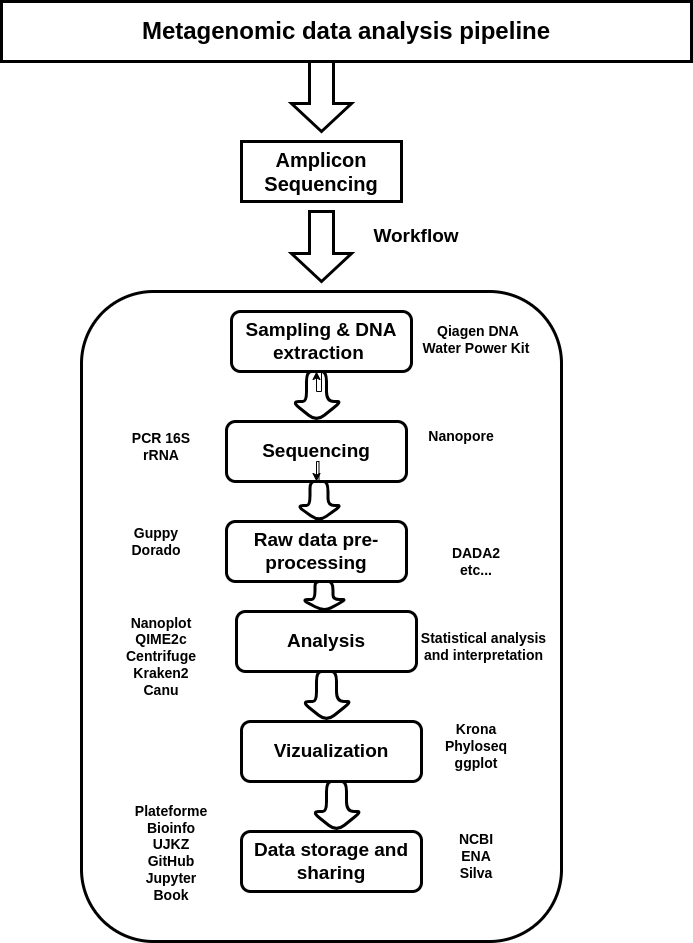
This is pipeline_metagenomic_projet/PM_Jan.drawio.png from Faizatou/Metagenomic_project_BF, a draw.io export, as it was before one commit. Source tidied: cells renumbered, new cells last; positions are measured from the earlier drawing's top-left corner, leaving out a move shared by most shapes.
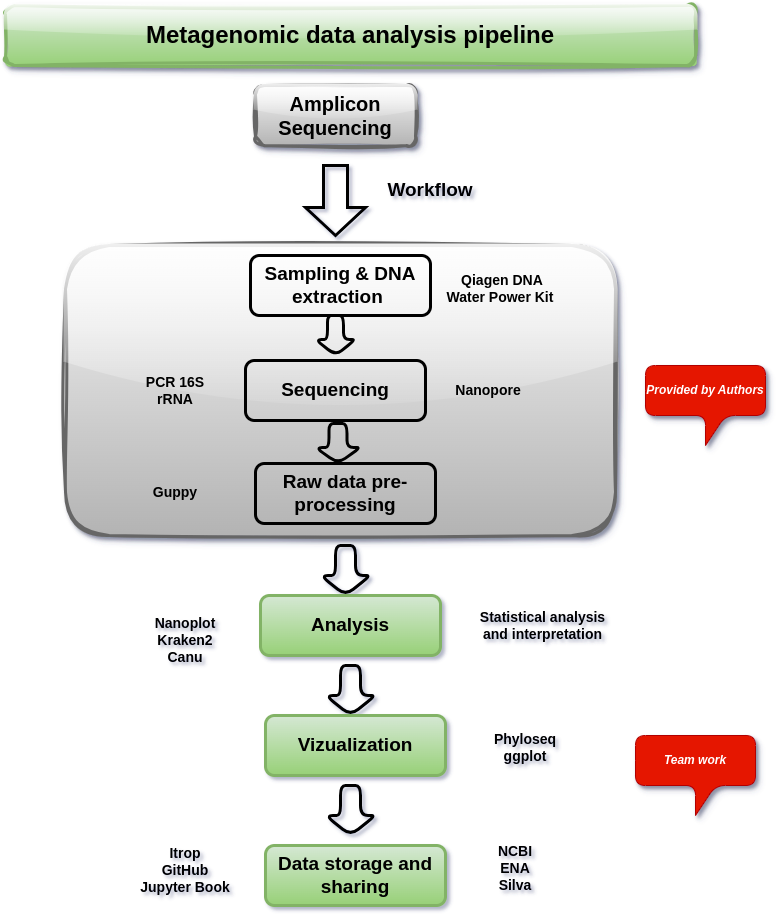
After the change.

The edit, as a diff of the source:
```diff
@@ -1,93 +1,87 @@
-<mxGraphModel background="#ffffff">
+<mxGraphModel background="#ffffff" shadow="1">
   <root>
     <mxCell id="0" />
     <mxCell id="1" parent="0" />
-    <mxCell id="2" value="&lt;font size=&quot;1&quot; color=&quot;#000000&quot;&gt;&lt;b style=&quot;font-size: 24px;&quot;&gt;Metagenomic data analysis pipeline&lt;/b&gt;&lt;/font&gt;" style="rounded=0;whiteSpace=wrap;html=1;fillColor=none;strokeColor=#000000;strokeWidth=3;" parent="1" vertex="1">
+    <mxCell id="2" value="&lt;font size=&quot;1&quot; color=&quot;#000000&quot;&gt;&lt;b style=&quot;font-size: 24px;&quot;&gt;Metagenomic data analysis pipeline&lt;/b&gt;&lt;/font&gt;" style="rounded=1;whiteSpace=wrap;html=1;strokeWidth=3;sketch=1;curveFitting=1;jiggle=2;shadow=1;glass=1;fillColor=#d5e8d4;gradientColor=#97d077;strokeColor=#82b366;" parent="1" vertex="1">
       <mxGeometry width="690" height="60" as="geometry" />
     </mxCell>
-    <mxCell id="3" style="shape=singleArrow;whiteSpace=wrap;html=1;arrowWidth=0.4;arrowSize=0.4;fillColor=none;strokeColor=#000000;rounded=0;strokeWidth=3;direction=south;" parent="1" vertex="1">
-      <mxGeometry x="290" y="60" width="60" height="70" as="geometry" />
-    </mxCell>
-    <mxCell id="4" value="&lt;font size=&quot;1&quot; style=&quot;&quot; color=&quot;#000000&quot;&gt;&lt;b style=&quot;font-size: 20px;&quot;&gt;Amplicon Sequencing&lt;/b&gt;&lt;/font&gt;" style="rounded=0;whiteSpace=wrap;html=1;fillColor=none;strokeColor=#000000;strokeWidth=3;" parent="1" vertex="1">
-      <mxGeometry x="240" y="140" width="160" height="60" as="geometry" />
+    <mxCell id="4" value="&lt;font size=&quot;1&quot; style=&quot;&quot; color=&quot;#000000&quot;&gt;&lt;b style=&quot;font-size: 20px;&quot;&gt;Amplicon Sequencing&lt;/b&gt;&lt;/font&gt;" style="rounded=1;whiteSpace=wrap;html=1;fillColor=#f5f5f5;strokeColor=#666666;strokeWidth=3;sketch=1;curveFitting=1;jiggle=2;glass=1;shadow=1;gradientColor=#b3b3b3;" parent="1" vertex="1">
+      <mxGeometry x="250" y="80" width="160" height="60" as="geometry" />
     </mxCell>
     <mxCell id="5" style="shape=singleArrow;whiteSpace=wrap;html=1;arrowWidth=0.4;arrowSize=0.4;fillColor=none;strokeColor=#000000;rounded=0;strokeWidth=3;direction=south;" parent="1" vertex="1">
-      <mxGeometry x="290" y="210" width="60" height="70" as="geometry" />
+      <mxGeometry x="300" y="160" width="60" height="70" as="geometry" />
     </mxCell>
     <mxCell id="6" value="&lt;font style=&quot;font-size: 19px;&quot; color=&quot;#000000&quot;&gt;&lt;b&gt;Workflow&lt;/b&gt;&lt;/font&gt;" style="text;html=1;align=center;verticalAlign=middle;whiteSpace=wrap;rounded=0;" parent="1" vertex="1">
-      <mxGeometry x="360" y="220" width="110" height="30" as="geometry" />
+      <mxGeometry x="370" y="170" width="110" height="30" as="geometry" />
     </mxCell>
-    <mxCell id="7" style="rounded=1;whiteSpace=wrap;html=1;fillColor=none;strokeColor=#000000;strokeWidth=3;" parent="1" vertex="1">
-      <mxGeometry x="80" y="290" width="480" height="650" as="geometry" />
+    <mxCell id="7" style="rounded=1;whiteSpace=wrap;html=1;fillColor=#f5f5f5;strokeColor=#666666;strokeWidth=3;gradientColor=#b3b3b3;sketch=1;curveFitting=1;jiggle=2;glass=1;shadow=1;" parent="1" vertex="1">
+      <mxGeometry x="60" y="240" width="550" height="290" as="geometry" />
     </mxCell>
-    <mxCell id="8" style="edgeStyle=orthogonalEdgeStyle;rounded=0;jettySize=auto;html=1;" parent="1" edge="1" source="9" target="10">
-      <mxGeometry relative="1" as="geometry" />
-    </mxCell>
     <mxCell id="9" value="&lt;font style=&quot;font-size: 19px;&quot; color=&quot;#000000&quot;&gt;&lt;b&gt;Sampling &amp;amp; DNA extraction&amp;nbsp;&lt;/b&gt;&lt;/font&gt;" style="rounded=1;whiteSpace=wrap;html=1;fillColor=none;strokeColor=#000000;strokeWidth=3;" parent="1" vertex="1">
-      <mxGeometry x="230" y="310" width="180" height="60" as="geometry" />
+      <mxGeometry x="245" y="250" width="180" height="60" as="geometry" />
     </mxCell>
-    <mxCell id="10" style="shape=singleArrow;whiteSpace=wrap;html=1;arrowWidth=0.4;arrowSize=0.4;fillColor=none;strokeColor=#000000;rounded=1;strokeWidth=3;direction=south;" parent="1" vertex="1">
-      <mxGeometry x="290" y="370" width="50" height="50" as="geometry" />
-    </mxCell>
     <mxCell id="11" value="&lt;font color=&quot;#000000&quot;&gt;&lt;span style=&quot;font-size: 19px;&quot;&gt;&lt;b&gt;Sequencing&lt;/b&gt;&lt;/span&gt;&lt;/font&gt;" style="rounded=1;whiteSpace=wrap;html=1;fillColor=none;strokeColor=#000000;strokeWidth=3;" parent="1" vertex="1">
-      <mxGeometry x="225" y="420" width="180" height="60" as="geometry" />
+      <mxGeometry x="240" y="355" width="180" height="60" as="geometry" />
     </mxCell>
-    <mxCell id="12" style="edgeStyle=orthogonalEdgeStyle;rounded=0;jettySize=auto;html=1;" parent="1" edge="1" source="13" target="11">
-      <mxGeometry relative="1" as="geometry" />
-    </mxCell>
     <mxCell id="13" style="shape=singleArrow;whiteSpace=wrap;html=1;arrowWidth=0.4;arrowSize=0.4;fillColor=none;strokeColor=#000000;rounded=1;strokeWidth=3;direction=south;" parent="1" vertex="1">
-      <mxGeometry x="295" y="480" width="45" height="40" as="geometry" />
+      <mxGeometry x="310" y="418" width="45" height="40" as="geometry" />
     </mxCell>
-    <mxCell id="14" value="&lt;font style=&quot;font-size: 19px;&quot; color=&quot;#000000&quot;&gt;&lt;b&gt;Analysis&lt;/b&gt;&lt;/font&gt;" style="rounded=1;whiteSpace=wrap;html=1;fillColor=none;strokeColor=#000000;strokeWidth=3;" parent="1" vertex="1">
-      <mxGeometry x="235" y="610" width="180" height="60" as="geometry" />
+    <mxCell id="14" value="&lt;font style=&quot;font-size: 19px;&quot; color=&quot;#000000&quot;&gt;&lt;b&gt;Analysis&lt;/b&gt;&lt;/font&gt;" style="rounded=1;whiteSpace=wrap;html=1;fillColor=#d5e8d4;strokeColor=#82b366;strokeWidth=3;glass=0;shadow=0;gradientColor=#97d077;" parent="1" vertex="1">
+      <mxGeometry x="255" y="590" width="180" height="60" as="geometry" />
     </mxCell>
     <mxCell id="15" style="shape=singleArrow;whiteSpace=wrap;html=1;arrowWidth=0.4;arrowSize=0.4;fillColor=none;strokeColor=#000000;rounded=1;strokeWidth=3;direction=south;" parent="1" vertex="1">
-      <mxGeometry x="300" y="670" width="50" height="50" as="geometry" />
+      <mxGeometry x="320" y="660" width="50" height="50" as="geometry" />
     </mxCell>
-    <mxCell id="16" value="&lt;font style=&quot;font-size: 19px;&quot; color=&quot;#000000&quot;&gt;&lt;b&gt;Vizualization&lt;/b&gt;&lt;/font&gt;" style="rounded=1;whiteSpace=wrap;html=1;fillColor=none;strokeColor=#000000;strokeWidth=3;" parent="1" vertex="1">
-      <mxGeometry x="240" y="720" width="180" height="60" as="geometry" />
+    <mxCell id="16" value="&lt;font style=&quot;font-size: 19px;&quot; color=&quot;#000000&quot;&gt;&lt;b&gt;Vizualization&lt;/b&gt;&lt;/font&gt;" style="rounded=1;whiteSpace=wrap;html=1;fillColor=#d5e8d4;strokeColor=#82b366;strokeWidth=3;gradientColor=#97d077;" parent="1" vertex="1">
+      <mxGeometry x="260" y="710" width="180" height="60" as="geometry" />
     </mxCell>
-    <mxCell id="17" value="&lt;font color=&quot;#000000&quot;&gt;&lt;span style=&quot;font-size: 19px;&quot;&gt;&lt;b&gt;Data storage and sharing&lt;/b&gt;&lt;/span&gt;&lt;/font&gt;" style="rounded=1;whiteSpace=wrap;html=1;fillColor=none;strokeColor=#000000;strokeWidth=3;" parent="1" vertex="1">
-      <mxGeometry x="240" y="830" width="180" height="60" as="geometry" />
+    <mxCell id="17" value="&lt;font color=&quot;#000000&quot;&gt;&lt;span style=&quot;font-size: 19px;&quot;&gt;&lt;b&gt;Data storage and sharing&lt;/b&gt;&lt;/span&gt;&lt;/font&gt;" style="rounded=1;whiteSpace=wrap;html=1;fillColor=#d5e8d4;strokeColor=#82b366;strokeWidth=3;gradientColor=#97d077;" parent="1" vertex="1">
+      <mxGeometry x="260" y="840" width="180" height="60" as="geometry" />
     </mxCell>
     <mxCell id="18" style="shape=singleArrow;whiteSpace=wrap;html=1;arrowWidth=0.4;arrowSize=0.4;fillColor=none;strokeColor=#000000;rounded=1;strokeWidth=3;direction=south;" parent="1" vertex="1">
-      <mxGeometry x="310" y="780" width="50" height="50" as="geometry" />
+      <mxGeometry x="320" y="780" width="50" height="50" as="geometry" />
     </mxCell>
     <mxCell id="19" value="&lt;font size=&quot;1&quot; style=&quot;&quot; color=&quot;#000000&quot;&gt;&lt;b style=&quot;font-size: 14px;&quot;&gt;Nanopore&lt;/b&gt;&lt;/font&gt;" style="text;html=1;align=center;verticalAlign=middle;whiteSpace=wrap;rounded=0;" parent="1" vertex="1">
-      <mxGeometry x="430" y="420" width="60" height="30" as="geometry" />
+      <mxGeometry x="452.5" y="370" width="60" height="30" as="geometry" />
     </mxCell>
     <mxCell id="20" value="&lt;font size=&quot;1&quot; color=&quot;#000000&quot;&gt;&lt;b style=&quot;font-size: 14px;&quot;&gt;&amp;nbsp;Qiagen DNA Water Power Kit&lt;/b&gt;&lt;/font&gt;" style="text;html=1;align=center;verticalAlign=middle;whiteSpace=wrap;rounded=0;" parent="1" vertex="1">
-      <mxGeometry x="420" y="325" width="110" height="25" as="geometry" />
+      <mxGeometry x="440" y="270" width="110" height="25" as="geometry" />
     </mxCell>
-    <mxCell id="21" value="&lt;b style=&quot;color: light-dark(rgb(0, 0, 0), rgb(0, 0, 0)); font-size: 14px; background-color: transparent;&quot;&gt;Nanoplot&lt;/b&gt;&lt;div style=&quot;font-size: 14px;&quot;&gt;&lt;font style=&quot;font-size: 14px;&quot; color=&quot;#000000&quot;&gt;&lt;b&gt;QIME2c&lt;/b&gt;&lt;/font&gt;&lt;/div&gt;&lt;div style=&quot;font-size: 14px;&quot;&gt;&lt;font style=&quot;font-size: 14px;&quot; color=&quot;#000000&quot;&gt;&lt;b&gt;Centrifuge&lt;/b&gt;&lt;/font&gt;&lt;/div&gt;&lt;div style=&quot;font-size: 14px;&quot;&gt;&lt;font style=&quot;font-size: 14px;&quot; color=&quot;#000000&quot;&gt;&lt;b style=&quot;&quot;&gt;Kraken2&lt;/b&gt;&lt;/font&gt;&lt;/div&gt;&lt;div style=&quot;font-size: 14px;&quot;&gt;&lt;b&gt;Canu&lt;/b&gt;&lt;/div&gt;" style="text;html=1;align=center;verticalAlign=middle;whiteSpace=wrap;rounded=0;" parent="1" vertex="1">
-      <mxGeometry x="95" y="620" width="130" height="70" as="geometry" />
+    <mxCell id="21" value="&lt;b style=&quot;color: light-dark(rgb(0, 0, 0), rgb(0, 0, 0)); font-size: 14px; background-color: transparent;&quot;&gt;Nanoplot&lt;/b&gt;&lt;div style=&quot;font-size: 14px;&quot;&gt;&lt;font style=&quot;font-size: 14px;&quot; color=&quot;#000000&quot;&gt;&lt;b style=&quot;&quot;&gt;Kraken2&lt;/b&gt;&lt;/font&gt;&lt;/div&gt;&lt;div style=&quot;font-size: 14px;&quot;&gt;&lt;b&gt;Canu&lt;/b&gt;&lt;/div&gt;" style="text;html=1;align=center;verticalAlign=middle;whiteSpace=wrap;rounded=0;" parent="1" vertex="1">
+      <mxGeometry x="115" y="600" width="130" height="70" as="geometry" />
     </mxCell>
-    <mxCell id="22" value="&lt;font size=&quot;1&quot; color=&quot;#000000&quot;&gt;&lt;b style=&quot;font-size: 14px;&quot;&gt;Krona&lt;/b&gt;&lt;/font&gt;&lt;div&gt;&lt;font size=&quot;1&quot; color=&quot;#000000&quot;&gt;&lt;b style=&quot;font-size: 14px;&quot;&gt;Phyloseq&lt;/b&gt;&lt;/font&gt;&lt;/div&gt;&lt;div&gt;&lt;font size=&quot;1&quot; color=&quot;#000000&quot;&gt;&lt;b style=&quot;font-size: 14px;&quot;&gt;ggplot&lt;/b&gt;&lt;/font&gt;&lt;/div&gt;" style="text;html=1;align=center;verticalAlign=middle;whiteSpace=wrap;rounded=0;" parent="1" vertex="1">
-      <mxGeometry x="445" y="730" width="60" height="30" as="geometry" />
+    <mxCell id="22" value="&lt;br&gt;&lt;div&gt;&lt;font size=&quot;1&quot; color=&quot;#000000&quot;&gt;&lt;b style=&quot;font-size: 14px;&quot;&gt;Phyloseq&lt;/b&gt;&lt;/font&gt;&lt;/div&gt;&lt;div&gt;&lt;font size=&quot;1&quot; color=&quot;#000000&quot;&gt;&lt;b style=&quot;font-size: 14px;&quot;&gt;ggplot&lt;/b&gt;&lt;/font&gt;&lt;/div&gt;" style="text;html=1;align=center;verticalAlign=middle;whiteSpace=wrap;rounded=0;" parent="1" vertex="1">
+      <mxGeometry x="490" y="720" width="60" height="30" as="geometry" />
     </mxCell>
-    <mxCell id="23" value="&lt;font color=&quot;#000000&quot;&gt;&lt;span style=&quot;font-size: 14px;&quot;&gt;&lt;b&gt;DADA2&lt;/b&gt;&lt;/span&gt;&lt;/font&gt;&lt;div&gt;&lt;font color=&quot;#000000&quot;&gt;&lt;span style=&quot;font-size: 14px;&quot;&gt;&lt;b&gt;etc...&lt;/b&gt;&lt;/span&gt;&lt;/font&gt;&lt;/div&gt;" style="text;html=1;align=center;verticalAlign=middle;whiteSpace=wrap;rounded=0;" parent="1" vertex="1">
-      <mxGeometry x="445" y="545" width="60" height="30" as="geometry" />
-    </mxCell>
     <mxCell id="24" value="&lt;font color=&quot;#000000&quot;&gt;&lt;span style=&quot;font-size: 14px;&quot;&gt;&lt;b&gt;NCBI&lt;/b&gt;&lt;/span&gt;&lt;/font&gt;&lt;div&gt;&lt;font color=&quot;#000000&quot;&gt;&lt;span style=&quot;font-size: 14px;&quot;&gt;&lt;b&gt;ENA&lt;/b&gt;&lt;/span&gt;&lt;/font&gt;&lt;/div&gt;&lt;div&gt;&lt;font color=&quot;#000000&quot;&gt;&lt;span style=&quot;font-size: 14px;&quot;&gt;&lt;b&gt;Silva&lt;/b&gt;&lt;/span&gt;&lt;/font&gt;&lt;/div&gt;" style="text;html=1;align=center;verticalAlign=middle;whiteSpace=wrap;rounded=0;" parent="1" vertex="1">
-      <mxGeometry x="445" y="840" width="60" height="30" as="geometry" />
+      <mxGeometry x="480" y="847.5" width="60" height="30" as="geometry" />
     </mxCell>
-    <mxCell id="25" value="&lt;font color=&quot;#000000&quot;&gt;&lt;span style=&quot;font-size: 14px;&quot;&gt;&lt;b&gt;Plateforme&lt;/b&gt;&lt;/span&gt;&lt;/font&gt;&lt;div&gt;&lt;font color=&quot;#000000&quot;&gt;&lt;span style=&quot;font-size: 14px;&quot;&gt;&lt;b&gt;Bioinfo UJKZ&lt;/b&gt;&lt;/span&gt;&lt;/font&gt;&lt;/div&gt;&lt;div&gt;&lt;b style=&quot;font-size: 14px; color: rgb(0, 0, 0); background-color: initial;&quot;&gt;GitHub&lt;/b&gt;&lt;/div&gt;&lt;div&gt;&lt;font color=&quot;#000000&quot;&gt;&lt;span style=&quot;font-size: 14px;&quot;&gt;&lt;b&gt;Jupyter Book&lt;/b&gt;&lt;/span&gt;&lt;/font&gt;&lt;/div&gt;&lt;div&gt;&lt;font color=&quot;#000000&quot;&gt;&lt;span style=&quot;font-size: 14px;&quot;&gt;&lt;b&gt;&lt;br&gt;&lt;/b&gt;&lt;/span&gt;&lt;/font&gt;&lt;/div&gt;" style="text;html=1;align=center;verticalAlign=middle;whiteSpace=wrap;rounded=0;" parent="1" vertex="1">
-      <mxGeometry x="140" y="845" width="60" height="30" as="geometry" />
+    <mxCell id="25" value="&lt;span style=&quot;font-size: 14px;&quot;&gt;&lt;b&gt;Itrop&lt;/b&gt;&lt;/span&gt;&lt;br&gt;&lt;div&gt;&lt;b style=&quot;font-size: 14px; color: rgb(0, 0, 0); background-color: initial;&quot;&gt;GitHub&lt;/b&gt;&lt;/div&gt;&lt;div&gt;&lt;font color=&quot;#000000&quot;&gt;&lt;span style=&quot;font-size: 14px;&quot;&gt;&lt;b&gt;Jupyter Book&lt;/b&gt;&lt;/span&gt;&lt;/font&gt;&lt;/div&gt;&lt;div&gt;&lt;font color=&quot;#000000&quot;&gt;&lt;span style=&quot;font-size: 14px;&quot;&gt;&lt;b&gt;&lt;br&gt;&lt;/b&gt;&lt;/span&gt;&lt;/font&gt;&lt;/div&gt;" style="text;html=1;align=center;verticalAlign=middle;whiteSpace=wrap;rounded=0;" parent="1" vertex="1">
+      <mxGeometry x="100" y="840" width="160" height="65" as="geometry" />
     </mxCell>
     <mxCell id="26" value="&lt;font color=&quot;#000000&quot;&gt;&lt;span style=&quot;font-size: 14px;&quot;&gt;&lt;b&gt;PCR 16S rRNA&lt;/b&gt;&lt;/span&gt;&lt;/font&gt;" style="text;html=1;align=center;verticalAlign=middle;whiteSpace=wrap;rounded=0;" parent="1" vertex="1">
-      <mxGeometry x="110" y="430" width="100" height="30" as="geometry" />
+      <mxGeometry x="120" y="370" width="100" height="30" as="geometry" />
     </mxCell>
     <mxCell id="27" value="&lt;font color=&quot;#000000&quot;&gt;&lt;span style=&quot;font-size: 14px;&quot;&gt;&lt;b&gt;Statistical analysis and interpretation&lt;/b&gt;&lt;/span&gt;&lt;/font&gt;" style="text;html=1;align=center;verticalAlign=middle;whiteSpace=wrap;rounded=0;" parent="1" vertex="1">
-      <mxGeometry x="415" y="630" width="135" height="30" as="geometry" />
+      <mxGeometry x="470" y="605" width="135" height="30" as="geometry" />
     </mxCell>
     <mxCell id="28" value="&lt;font color=&quot;#000000&quot;&gt;&lt;span style=&quot;font-size: 19px;&quot;&gt;&lt;b&gt;Raw data pre-processing&lt;/b&gt;&lt;/span&gt;&lt;/font&gt;" style="rounded=1;whiteSpace=wrap;html=1;fillColor=none;strokeColor=#000000;strokeWidth=3;" parent="1" vertex="1">
-      <mxGeometry x="225" y="520" width="180" height="60" as="geometry" />
+      <mxGeometry x="250" y="458" width="180" height="60" as="geometry" />
     </mxCell>
-    <mxCell id="29" style="shape=singleArrow;whiteSpace=wrap;html=1;arrowWidth=0.4;arrowSize=0.4;fillColor=none;strokeColor=#000000;rounded=1;strokeWidth=3;direction=south;" parent="1" vertex="1">
-      <mxGeometry x="300" y="580" width="45" height="30" as="geometry" />
-    </mxCell>
-    <mxCell id="30" value="&lt;font style=&quot;font-size: 14px;&quot; color=&quot;#000000&quot;&gt;&lt;b&gt;Guppy&lt;/b&gt;&lt;/font&gt;&lt;div style=&quot;font-size: 14px;&quot;&gt;&lt;b&gt;Dorado&lt;/b&gt;&lt;/div&gt;" style="text;html=1;align=center;verticalAlign=middle;whiteSpace=wrap;rounded=0;" parent="1" vertex="1">
-      <mxGeometry x="90" y="505" width="130" height="70" as="geometry" />
+    <mxCell id="30" value="&lt;font style=&quot;font-size: 14px;&quot; color=&quot;#000000&quot;&gt;&lt;b&gt;Guppy&lt;/b&gt;&lt;/font&gt;&lt;div style=&quot;font-size: 14px;&quot;&gt;&lt;br&gt;&lt;/div&gt;" style="text;html=1;align=center;verticalAlign=middle;whiteSpace=wrap;rounded=0;" parent="1" vertex="1">
+      <mxGeometry x="105" y="460" width="130" height="70" as="geometry" />
     </mxCell>
+    <mxCell id="31" style="shape=singleArrow;whiteSpace=wrap;html=1;arrowWidth=0.4;arrowSize=0.4;fillColor=none;strokeColor=#000000;rounded=1;strokeWidth=3;direction=south;" parent="1" vertex="1">
+      <mxGeometry x="310" y="310" width="40" height="40" as="geometry" />
+    </mxCell>
+    <mxCell id="32" style="shape=singleArrow;whiteSpace=wrap;html=1;arrowWidth=0.4;arrowSize=0.4;fillColor=none;strokeColor=#000000;rounded=1;strokeWidth=3;direction=south;" parent="1" vertex="1">
+      <mxGeometry x="315" y="540" width="50" height="50" as="geometry" />
+    </mxCell>
+    <mxCell id="33" value="&lt;i&gt;&lt;b&gt;Provided by Authors&lt;/b&gt;&lt;/i&gt;" style="shape=callout;whiteSpace=wrap;html=1;perimeter=calloutPerimeter;fillColor=#e51400;fontColor=#ffffff;strokeColor=#B20000;rounded=1;shadow=1;" parent="1" vertex="1">
+      <mxGeometry x="640" y="360" width="120" height="80" as="geometry" />
+    </mxCell>
+    <mxCell id="34" value="&lt;b&gt;&lt;i&gt;Team work&lt;/i&gt;&lt;/b&gt;" style="shape=callout;whiteSpace=wrap;html=1;perimeter=calloutPerimeter;fillColor=#e51400;fontColor=#ffffff;strokeColor=#B20000;rounded=1;shadow=1;" parent="1" vertex="1">
+      <mxGeometry x="630" y="730" width="120" height="80" as="geometry" />
+    </mxCell>
   </root>
 </mxGraphModel>
```
